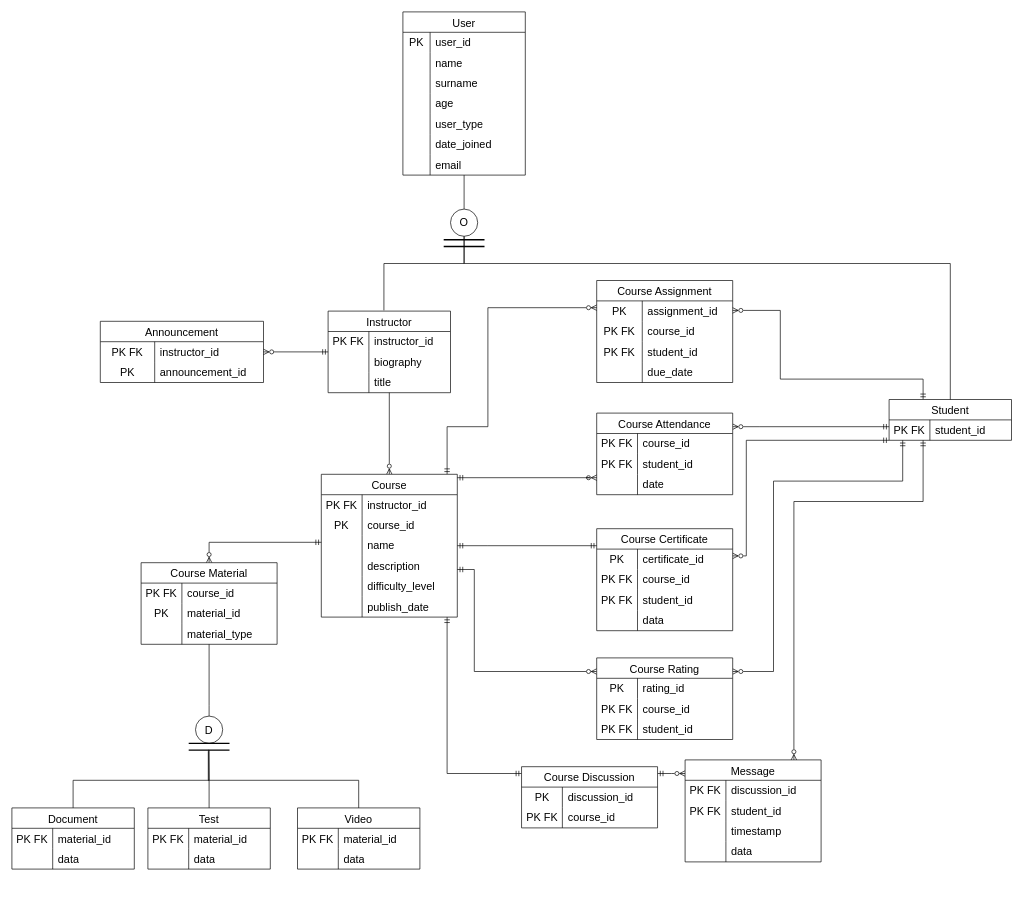
This is Başlıksız Diyagram.drawio from Luieitalian/VTYS, a draw.io file, before an edit. Source tidied: cells renumbered, new cells numbered last; positions are measured from the earlier drawing's top-left corner, leaving out a move shared by most shapes. Both pictures are drawn from the tidied source at 68%, with x=0, y=0 at pixel (12, 12).
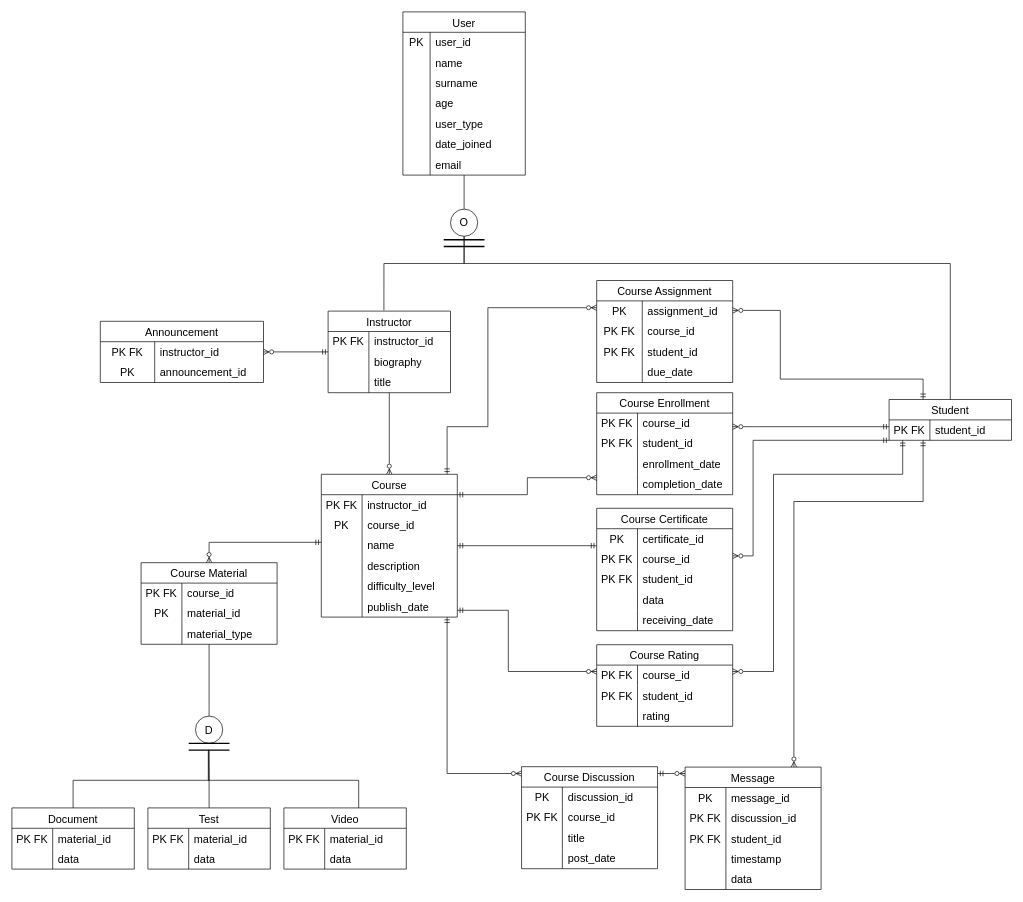
The same diagram, later.

Unchanged cells that the change refers to:
```xml
<mxCell id="40" value="Student" style="shape=table;startSize=30;childLayout=tableLayout;rowLines=0;fontStyle=0;strokeColor=default;fontSize=16;" parent="1" vertex="1">
  <mxGeometry x="1290" y="570" width="180" height="60" as="geometry" />
</mxCell>
<mxCell id="52" value="Course" style="shape=table;startSize=30;childLayout=tableLayout;rowLines=0;fontStyle=0;strokeColor=default;fontSize=16;" parent="1" vertex="1">
  <mxGeometry x="455" y="680" width="200" height="210" as="geometry" />
</mxCell>
<mxCell id="78" style="shape=tableRow;horizontal=0;startSize=0;swimlaneHead=0;swimlaneBody=0;top=0;left=0;bottom=0;right=0;fillColor=none;strokeColor=inherit;fontSize=16;" parent="71" vertex="1">
  <mxGeometry y="90" width="200" height="30" as="geometry" />
</mxCell>
```

Diff of the diagram source:
```diff
@@
     <mxCell id="39" style="edgeStyle=orthogonalEdgeStyle;rounded=0;jettySize=auto;html=1;endArrow=ERzeroToMany;endFill=0;startArrow=ERmandOne;startFill=0;" parent="1" edge="1" source="40" target="163">
       <mxGeometry relative="1" as="geometry">
         <Array as="points">
-          <mxPoint x="1080" y="630" />
-          <mxPoint x="1080" y="800" />
+          <mxPoint x="1090" y="630" />
+          <mxPoint x="1090" y="800" />
         </Array>
       </mxGeometry>
     </mxCell>
@@
-    <mxCell id="50" style="edgeStyle=orthogonalEdgeStyle;rounded=0;jettySize=auto;html=1;startArrow=ERmandOne;startFill=0;endArrow=ERmandOne;endFill=0;" parent="1" edge="1" source="52" target="111">
+    <mxCell id="50" style="edgeStyle=orthogonalEdgeStyle;rounded=0;jettySize=auto;html=1;startArrow=ERmandOne;startFill=0;endArrow=ERzeroToMany;endFill=0;" parent="1" edge="1" source="52" target="111">
       <mxGeometry relative="1" as="geometry">
         <Array as="points">
           <mxPoint x="640" y="1120" />
         </Array>
       </mxGeometry>
     </mxCell>
     <mxCell id="51" style="edgeStyle=orthogonalEdgeStyle;rounded=0;jettySize=auto;html=1;endArrow=ERzeroToMany;endFill=0;startArrow=ERmandOne;startFill=0;" parent="1" edge="1" source="52" target="153">
       <mxGeometry relative="1" as="geometry">
         <Array as="points">
-          <mxPoint x="610" y="820" />
-          <mxPoint x="680" y="820" />
-          <mxPoint x="680" y="970" />
+          <mxPoint x="730" y="880" />
+          <mxPoint x="730" y="970" />
         </Array>
       </mxGeometry>
     </mxCell>
@@
-    <mxCell id="71" value="Course Attendance" style="shape=table;startSize=30;childLayout=tableLayout;rowLines=0;fontStyle=0;strokeColor=default;fontSize=16;" parent="1" vertex="1">
-      <mxGeometry x="860" y="590" width="200" height="120" as="geometry" />
+    <mxCell id="71" value="Course Enrollment" style="shape=table;startSize=30;childLayout=tableLayout;rowLines=0;fontStyle=0;strokeColor=default;fontSize=16;" parent="1" vertex="1">
+      <mxGeometry x="860" y="560" width="200" height="150" as="geometry" />
     </mxCell>
@@
-    <mxCell id="80" value="date" style="shape=partialRectangle;html=1;whiteSpace=wrap;fillColor=none;top=0;left=0;bottom=0;right=0;align=left;spacingLeft=6;overflow=hidden;strokeColor=inherit;fontSize=16;" parent="78" vertex="1">
+    <mxCell id="80" value="enrollment_date" style="shape=partialRectangle;html=1;whiteSpace=wrap;fillColor=none;top=0;left=0;bottom=0;right=0;align=left;spacingLeft=6;overflow=hidden;strokeColor=inherit;fontSize=16;" parent="78" vertex="1">
       <mxGeometry x="60" width="140" height="30" as="geometry" />
     </mxCell>
+    <mxCell id="188" style="shape=tableRow;horizontal=0;startSize=0;swimlaneHead=0;swimlaneBody=0;top=0;left=0;bottom=0;right=0;fillColor=none;strokeColor=inherit;fontSize=16;" parent="71" vertex="1">
+      <mxGeometry y="120" width="200" height="30" as="geometry" />
+    </mxCell>
+    <mxCell id="189" style="shape=partialRectangle;html=1;whiteSpace=wrap;fillColor=none;top=0;left=0;bottom=0;right=0;overflow=hidden;strokeColor=inherit;fontSize=16;" parent="188" vertex="1">
+      <mxGeometry width="60" height="30" as="geometry" />
+    </mxCell>
+    <mxCell id="190" value="completion_date" style="shape=partialRectangle;html=1;whiteSpace=wrap;fillColor=none;top=0;left=0;bottom=0;right=0;align=left;spacingLeft=6;overflow=hidden;strokeColor=inherit;fontSize=16;" parent="188" vertex="1">
+      <mxGeometry x="60" width="140" height="30" as="geometry" />
+    </mxCell>
@@
     <mxCell id="102" value="Video" style="shape=table;startSize=30;childLayout=tableLayout;rowLines=0;fontStyle=0;strokeColor=default;fontSize=16;" parent="1" vertex="1">
-      <mxGeometry x="420" y="1170.6" width="180" height="90" as="geometry" />
+      <mxGeometry x="400" y="1170.6" width="180" height="90" as="geometry" />
     </mxCell>
@@
     <mxCell id="109" style="edgeStyle=orthogonalEdgeStyle;rounded=0;jettySize=auto;html=1;startArrow=ERmandOne;startFill=0;endArrow=ERzeroToMany;endFill=0;" parent="1" edge="1" source="52" target="71">
       <mxGeometry relative="1" as="geometry">
         <Array as="points">
-          <mxPoint x="850" y="685" />
-          <mxPoint x="850" y="685" />
+          <mxPoint x="758" y="710" />
+          <mxPoint x="758" y="685" />
         </Array>
       </mxGeometry>
     </mxCell>
@@
     <mxCell id="111" value="Course Discussion" style="shape=table;startSize=30;childLayout=tableLayout;rowLines=0;fontStyle=0;strokeColor=default;fontSize=16;" parent="1" vertex="1">
-      <mxGeometry x="749.5" y="1110" width="200" height="90" as="geometry" />
+      <mxGeometry x="749.5" y="1110" width="200" height="150" as="geometry" />
     </mxCell>
@@
+    <mxCell id="191" style="shape=tableRow;horizontal=0;startSize=0;swimlaneHead=0;swimlaneBody=0;top=0;left=0;bottom=0;right=0;fillColor=none;strokeColor=inherit;fontSize=16;" parent="111" vertex="1">
+      <mxGeometry y="90" width="200" height="30" as="geometry" />
+    </mxCell>
+    <mxCell id="192" style="shape=partialRectangle;html=1;whiteSpace=wrap;fillColor=none;top=0;left=0;bottom=0;right=0;overflow=hidden;strokeColor=inherit;fontSize=16;" parent="191" vertex="1">
+      <mxGeometry width="60" height="30" as="geometry" />
+    </mxCell>
+    <mxCell id="193" value="title" style="shape=partialRectangle;html=1;whiteSpace=wrap;fillColor=none;top=0;left=0;bottom=0;right=0;align=left;spacingLeft=6;overflow=hidden;strokeColor=inherit;fontSize=16;" parent="191" vertex="1">
+      <mxGeometry x="60" width="140" height="30" as="geometry" />
+    </mxCell>
+    <mxCell id="194" style="shape=tableRow;horizontal=0;startSize=0;swimlaneHead=0;swimlaneBody=0;top=0;left=0;bottom=0;right=0;fillColor=none;strokeColor=inherit;fontSize=16;" parent="111" vertex="1">
+      <mxGeometry y="120" width="200" height="30" as="geometry" />
+    </mxCell>
+    <mxCell id="195" style="shape=partialRectangle;html=1;whiteSpace=wrap;fillColor=none;top=0;left=0;bottom=0;right=0;overflow=hidden;strokeColor=inherit;fontSize=16;" parent="194" vertex="1">
+      <mxGeometry width="60" height="30" as="geometry" />
+    </mxCell>
+    <mxCell id="196" value="post_date" style="shape=partialRectangle;html=1;whiteSpace=wrap;fillColor=none;top=0;left=0;bottom=0;right=0;align=left;spacingLeft=6;overflow=hidden;strokeColor=inherit;fontSize=16;" parent="194" vertex="1">
+      <mxGeometry x="60" width="140" height="30" as="geometry" />
+    </mxCell>
     <mxCell id="118" value="Message" style="shape=table;startSize=30;childLayout=tableLayout;rowLines=0;fontStyle=0;strokeColor=default;fontSize=16;" parent="1" vertex="1">
-      <mxGeometry x="990" y="1100" width="200" height="150" as="geometry" />
+      <mxGeometry x="990" y="1110.6" width="200" height="180" as="geometry" />
     </mxCell>
+    <mxCell id="154" style="shape=tableRow;horizontal=0;startSize=0;swimlaneHead=0;swimlaneBody=0;top=0;left=0;bottom=0;right=0;fillColor=none;strokeColor=inherit;fontSize=16;" parent="118" vertex="1">
+      <mxGeometry y="30" width="200" height="30" as="geometry" />
+    </mxCell>
+    <mxCell id="155" value="PK" style="shape=partialRectangle;html=1;whiteSpace=wrap;fillColor=none;top=0;left=0;bottom=0;right=0;overflow=hidden;strokeColor=inherit;fontSize=16;" parent="154" vertex="1">
+      <mxGeometry width="60" height="30" as="geometry" />
+    </mxCell>
+    <mxCell id="197" value="message_id" style="shape=partialRectangle;html=1;whiteSpace=wrap;fillColor=none;top=0;left=0;bottom=0;right=0;align=left;spacingLeft=6;overflow=hidden;strokeColor=inherit;fontSize=16;" parent="154" vertex="1">
+      <mxGeometry x="60" width="140" height="30" as="geometry" />
+    </mxCell>
     <mxCell id="119" style="shape=tableRow;horizontal=0;startSize=0;swimlaneHead=0;swimlaneBody=0;top=0;left=0;bottom=0;right=0;fillColor=none;strokeColor=inherit;fontSize=16;" parent="118" vertex="1">
-      <mxGeometry y="30" width="200" height="30" as="geometry" />
+      <mxGeometry y="60" width="200" height="30" as="geometry" />
     </mxCell>
@@
     <mxCell id="122" style="shape=tableRow;horizontal=0;startSize=0;swimlaneHead=0;swimlaneBody=0;top=0;left=0;bottom=0;right=0;fillColor=none;strokeColor=inherit;fontSize=16;" parent="118" vertex="1">
-      <mxGeometry y="60" width="200" height="30" as="geometry" />
+      <mxGeometry y="90" width="200" height="30" as="geometry" />
     </mxCell>
@@
     <mxCell id="125" style="shape=tableRow;horizontal=0;startSize=0;swimlaneHead=0;swimlaneBody=0;top=0;left=0;bottom=0;right=0;fillColor=none;strokeColor=inherit;fontSize=16;" parent="118" vertex="1">
-      <mxGeometry y="90" width="200" height="30" as="geometry" />
+      <mxGeometry y="120" width="200" height="30" as="geometry" />
     </mxCell>
@@
     <mxCell id="128" style="shape=tableRow;horizontal=0;startSize=0;swimlaneHead=0;swimlaneBody=0;top=0;left=0;bottom=0;right=0;fillColor=none;strokeColor=inherit;fontSize=16;" parent="118" vertex="1">
-      <mxGeometry y="120" width="200" height="30" as="geometry" />
+      <mxGeometry y="150" width="200" height="30" as="geometry" />
     </mxCell>
@@
     <mxCell id="152" style="edgeStyle=orthogonalEdgeStyle;rounded=0;jettySize=auto;html=1;startArrow=ERzeroToMany;startFill=0;endArrow=ERmandOne;endFill=0;" parent="1" edge="1" source="153" target="40">
       <mxGeometry relative="1" as="geometry">
         <Array as="points">
           <mxPoint x="1120" y="970" />
-          <mxPoint x="1120" y="690" />
-          <mxPoint x="1310" y="690" />
+          <mxPoint x="1120" y="680" />
+          <mxPoint x="1310" y="680" />
         </Array>
       </mxGeometry>
     </mxCell>
     <mxCell id="153" value="Course Rating" style="shape=table;startSize=30;childLayout=tableLayout;rowLines=0;fontStyle=0;strokeColor=default;fontSize=16;" parent="1" vertex="1">
-      <mxGeometry x="860" y="950" width="200" height="120" as="geometry" />
+      <mxGeometry x="860" y="930.6" width="200" height="120" as="geometry" />
     </mxCell>
-    <mxCell id="154" style="shape=tableRow;horizontal=0;startSize=0;swimlaneHead=0;swimlaneBody=0;top=0;left=0;bottom=0;right=0;fillColor=none;strokeColor=inherit;fontSize=16;" parent="153" vertex="1">
-      <mxGeometry y="30" width="200" height="30" as="geometry" />
-    </mxCell>
-    <mxCell id="155" value="PK" style="shape=partialRectangle;html=1;whiteSpace=wrap;fillColor=none;top=0;left=0;bottom=0;right=0;overflow=hidden;strokeColor=inherit;fontSize=16;" parent="154" vertex="1">
-      <mxGeometry width="60" height="30" as="geometry" />
-    </mxCell>
-    <mxCell id="156" value="rating_id" style="shape=partialRectangle;html=1;whiteSpace=wrap;fillColor=none;top=0;left=0;bottom=0;right=0;align=left;spacingLeft=6;overflow=hidden;strokeColor=inherit;fontSize=16;" parent="154" vertex="1">
-      <mxGeometry x="60" width="140" height="30" as="geometry" />
-    </mxCell>
     <mxCell id="157" style="shape=tableRow;horizontal=0;startSize=0;swimlaneHead=0;swimlaneBody=0;top=0;left=0;bottom=0;right=0;fillColor=none;strokeColor=inherit;fontSize=16;" parent="153" vertex="1">
-      <mxGeometry y="60" width="200" height="30" as="geometry" />
+      <mxGeometry y="30" width="200" height="30" as="geometry" />
     </mxCell>
@@
     <mxCell id="160" style="shape=tableRow;horizontal=0;startSize=0;swimlaneHead=0;swimlaneBody=0;top=0;left=0;bottom=0;right=0;fillColor=none;strokeColor=inherit;fontSize=16;" parent="153" vertex="1">
-      <mxGeometry y="90" width="200" height="30" as="geometry" />
+      <mxGeometry y="60" width="200" height="30" as="geometry" />
     </mxCell>
@@
+    <mxCell id="198" style="shape=tableRow;horizontal=0;startSize=0;swimlaneHead=0;swimlaneBody=0;top=0;left=0;bottom=0;right=0;fillColor=none;strokeColor=inherit;fontSize=16;" parent="153" vertex="1">
+      <mxGeometry y="90" width="200" height="30" as="geometry" />
+    </mxCell>
+    <mxCell id="199" style="shape=partialRectangle;html=1;whiteSpace=wrap;fillColor=none;top=0;left=0;bottom=0;right=0;overflow=hidden;strokeColor=inherit;fontSize=16;" parent="198" vertex="1">
+      <mxGeometry width="60" height="30" as="geometry" />
+    </mxCell>
+    <mxCell id="200" value="rating" style="shape=partialRectangle;html=1;whiteSpace=wrap;fillColor=none;top=0;left=0;bottom=0;right=0;align=left;spacingLeft=6;overflow=hidden;strokeColor=inherit;fontSize=16;" parent="198" vertex="1">
+      <mxGeometry x="60" width="140" height="30" as="geometry" />
+    </mxCell>
     <mxCell id="163" value="Course Certificate" style="shape=table;startSize=30;childLayout=tableLayout;rowLines=0;fontStyle=0;strokeColor=default;fontSize=16;" parent="1" vertex="1">
-      <mxGeometry x="860" y="760" width="200" height="150" as="geometry" />
+      <mxGeometry x="860" y="730" width="200" height="180" as="geometry" />
     </mxCell>
@@
+    <mxCell id="201" style="shape=tableRow;horizontal=0;startSize=0;swimlaneHead=0;swimlaneBody=0;top=0;left=0;bottom=0;right=0;fillColor=none;strokeColor=inherit;fontSize=16;" parent="163" vertex="1">
+      <mxGeometry y="150" width="200" height="30" as="geometry" />
+    </mxCell>
+    <mxCell id="202" style="shape=partialRectangle;html=1;whiteSpace=wrap;fillColor=none;top=0;left=0;bottom=0;right=0;overflow=hidden;strokeColor=inherit;fontSize=16;" parent="201" vertex="1">
+      <mxGeometry width="60" height="30" as="geometry" />
+    </mxCell>
+    <mxCell id="203" value="receiving_date" style="shape=partialRectangle;html=1;whiteSpace=wrap;fillColor=none;top=0;left=0;bottom=0;right=0;align=left;spacingLeft=6;overflow=hidden;strokeColor=inherit;fontSize=16;" parent="201" vertex="1">
+      <mxGeometry x="60" width="140" height="30" as="geometry" />
+    </mxCell>
```
